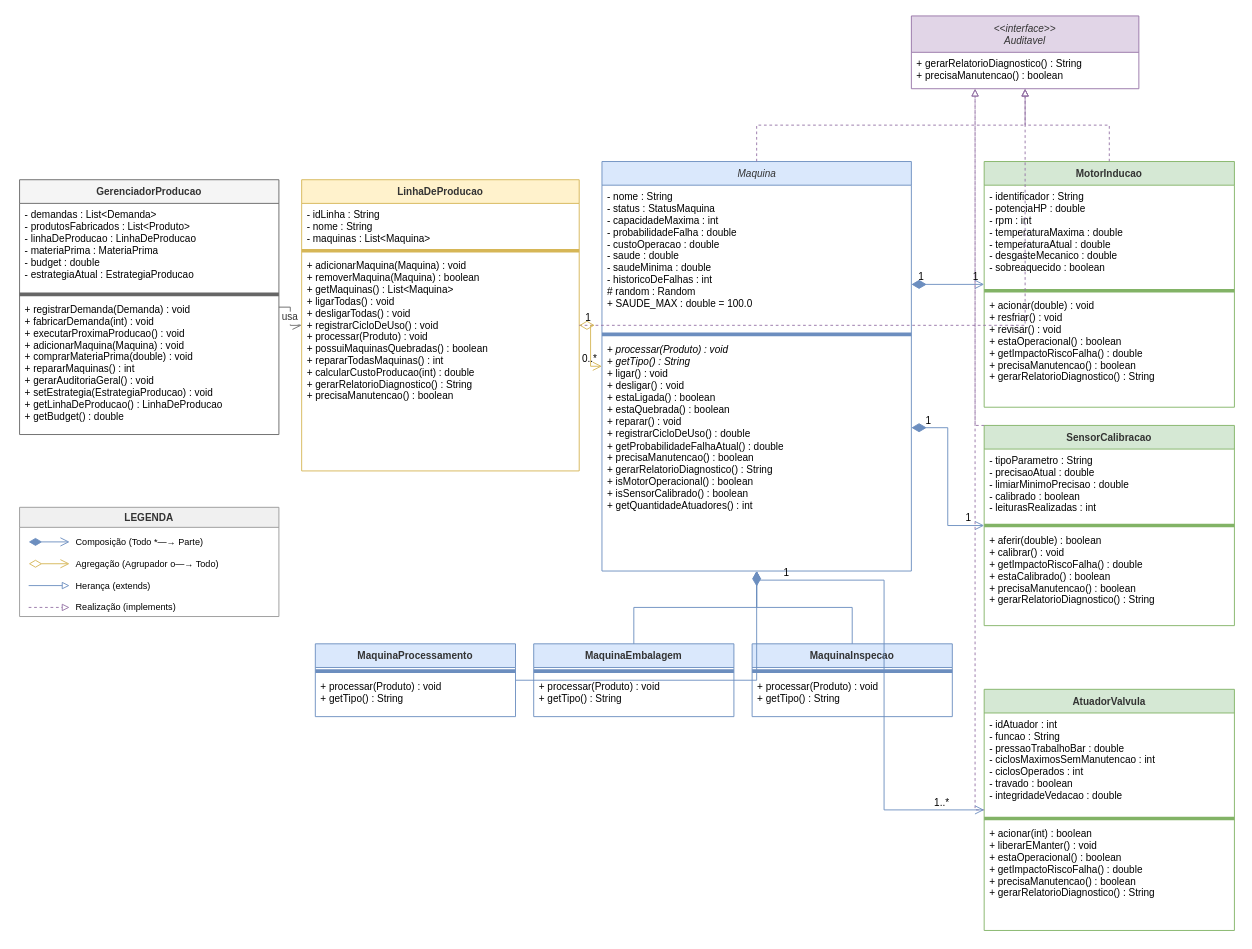
Above: tarefa-5/diagrama_uml.drawio in adriann-engcomp/MC322 (draw.io), before the change. Source tidied: cells renumbered, new cells numbered last; positions are measured from the earlier drawing's top-left corner, leaving out a move shared by most shapes. Both pictures are drawn from the tidied source at 91%, with x=0, y=0 at pixel (19, 15).
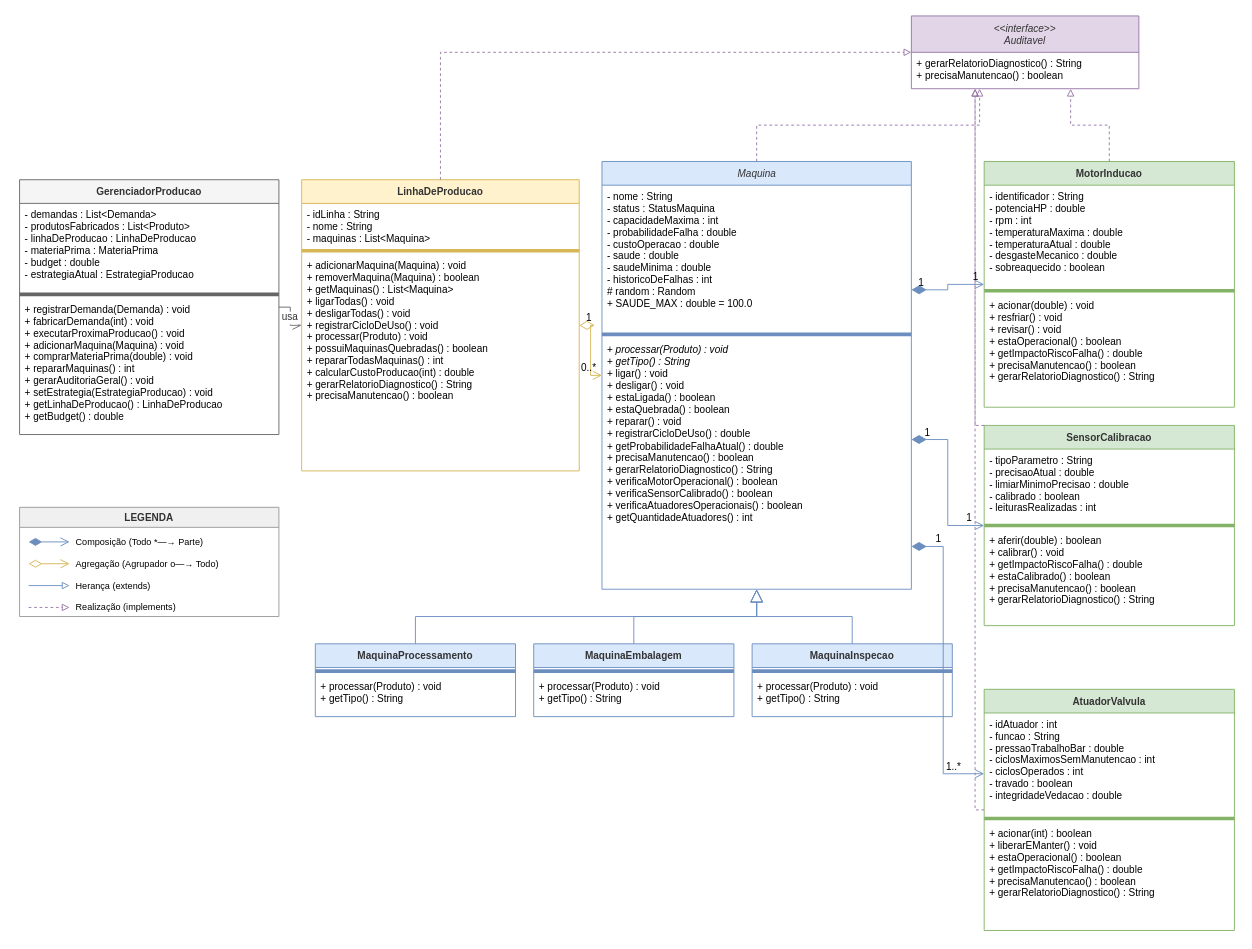
Above is the later version.

Commit message:
Corrigi o dirgrama

Unchanged cells that the change refers to:
```xml
<mxCell id="2" value="&lt;&lt;interface&gt;&gt;&#10;Auditavel" style="swimlane;fontStyle=2;align=center;startSize=40;fillColor=#e1d5e7;strokeColor=#9673a6;fontColor=#333333;fontSize=11;" parent="1" vertex="1">
  <mxGeometry x="980" width="250" height="80" as="geometry" />
</mxCell>
<mxCell id="8" value="LinhaDeProducao" style="swimlane;fontStyle=1;align=center;startSize=26;fillColor=#fff2cc;strokeColor=#d6b656;fontColor=#333333;fontSize=11;" parent="1" vertex="1">
  <mxGeometry x="310" y="180" width="305" height="320" as="geometry" />
</mxCell>
<mxCell id="16" value="MaquinaProcessamento" style="swimlane;fontStyle=1;align=center;startSize=26;fillColor=#dae8fc;strokeColor=#6c8ebf;fontColor=#333333;fontSize=11;" parent="1" vertex="1">
  <mxGeometry x="325" y="690" width="220" height="80" as="geometry" />
</mxCell>
<mxCell id="19" value="MaquinaEmbalagem" style="swimlane;fontStyle=1;align=center;startSize=26;fillColor=#dae8fc;strokeColor=#6c8ebf;fontColor=#333333;fontSize=11;" parent="1" vertex="1">
  <mxGeometry x="565" y="690" width="220" height="80" as="geometry" />
</mxCell>
<mxCell id="22" value="MaquinaInspecao" style="swimlane;fontStyle=1;align=center;startSize=26;fillColor=#dae8fc;strokeColor=#6c8ebf;fontColor=#333333;fontSize=11;" parent="1" vertex="1">
  <mxGeometry x="805" y="690" width="220" height="80" as="geometry" />
</mxCell>
<mxCell id="25" value="MotorInducao" style="swimlane;fontStyle=1;align=center;startSize=26;fillColor=#d5e8d4;strokeColor=#82b366;fontColor=#333333;fontSize=11;" parent="1" vertex="1">
  <mxGeometry x="1060" y="160" width="275" height="270" as="geometry" />
</mxCell>
<mxCell id="33" value="AtuadorValvula" style="swimlane;fontStyle=1;align=center;startSize=26;fillColor=#d5e8d4;strokeColor=#82b366;fontColor=#333333;fontSize=11;" parent="1" vertex="1">
  <mxGeometry x="1060" y="740" width="275" height="265" as="geometry" />
</mxCell>
```

What changed in the source:
```diff
@@
     <mxCell id="12" value="&lt;i&gt;Maquina&lt;/i&gt;" style="swimlane;fontStyle=2;align=center;startSize=26;fillColor=#dae8fc;strokeColor=#6c8ebf;fontColor=#333333;fontSize=11;html=1;" parent="1" vertex="1">
-      <mxGeometry x="640" y="160" width="340" height="450" as="geometry" />
+      <mxGeometry x="640" y="160" width="340" height="470" as="geometry" />
     </mxCell>
@@
-    <mxCell id="15" value="+ &lt;i&gt;processar(Produto) : void&lt;/i&gt;&#10;+ &lt;i&gt;getTipo() : String&lt;/i&gt;&#10;+ ligar() : void&#10;+ desligar() : void&#10;+ estaLigada() : boolean&#10;+ estaQuebrada() : boolean&#10;+ reparar() : void&#10;+ registrarCicloDeUso() : double&#10;+ getProbabilidadeFalhaAtual() : double&#10;+ precisaManutencao() : boolean&#10;+ gerarRelatorioDiagnostico() : String&#10;+ isMotorOperacional() : boolean&#10;+ isSensorCalibrado() : boolean&#10;+ getQuantidadeAtuadores() : int" style="text;strokeColor=none;fillColor=none;align=left;verticalAlign=top;spacingLeft=4;spacingRight=4;overflow=hidden;fontSize=11;html=1;" parent="12" vertex="1">
-      <mxGeometry y="194" width="340" height="256" as="geometry" />
+    <mxCell id="15" value="+ &lt;i&gt;processar(Produto) : void&lt;/i&gt;&#10;+ &lt;i&gt;getTipo() : String&lt;/i&gt;&#10;+ ligar() : void&#10;+ desligar() : void&#10;+ estaLigada() : boolean&#10;+ estaQuebrada() : boolean&#10;+ reparar() : void&#10;+ registrarCicloDeUso() : double&#10;+ getProbabilidadeFalhaAtual() : double&#10;+ precisaManutencao() : boolean&#10;+ gerarRelatorioDiagnostico() : String&#10;+ verificaMotorOperacional() : boolean&#10;+ verificaSensorCalibrado() : boolean&#10;+ verificaAtuadoresOperacionais() : boolean&#10;+ getQuantidadeAtuadores() : int" style="text;strokeColor=none;fillColor=none;align=left;verticalAlign=top;spacingLeft=4;spacingRight=4;overflow=hidden;fontSize=11;html=1;" parent="12" vertex="1">
+      <mxGeometry y="194" width="340" height="276" as="geometry" />
     </mxCell>
@@
-    <mxCell id="37" style="endArrow=block;endFill=0;dashed=1;strokeColor=#9673a6;edgeStyle=orthogonalEdgeStyle;rounded=0;" parent="1" edge="1" source="8" target="2">
-      <mxGeometry relative="1" as="geometry" />
+    <mxCell id="37" style="endArrow=block;endFill=0;dashed=1;strokeColor=#9673a6;edgeStyle=orthogonalEdgeStyle;rounded=0;exitX=0.5;exitY=0;exitDx=0;exitDy=0;entryX=0;entryY=0.5;entryDx=0;entryDy=0;" parent="1" edge="1" source="8" target="2">
+      <mxGeometry relative="1" as="geometry">
+        <Array as="points">
+          <mxPoint x="462" y="40" />
+        </Array>
+      </mxGeometry>
     </mxCell>
-    <mxCell id="38" style="endArrow=block;endFill=0;dashed=1;strokeColor=#9673a6;edgeStyle=orthogonalEdgeStyle;rounded=0;" parent="1" edge="1" source="12" target="2">
-      <mxGeometry relative="1" as="geometry" />
+    <mxCell id="38" style="endArrow=block;endFill=0;dashed=1;strokeColor=#9673a6;edgeStyle=orthogonalEdgeStyle;rounded=0;exitX=0.5;exitY=0;exitDx=0;exitDy=0;entryX=0.3;entryY=1;entryDx=0;entryDy=0;" parent="1" edge="1" source="12" target="2">
+      <mxGeometry relative="1" as="geometry">
+        <Array as="points">
+          <mxPoint x="810" y="120" />
+          <mxPoint x="1055" y="120" />
+        </Array>
+      </mxGeometry>
     </mxCell>
-    <mxCell id="39" style="endArrow=block;endFill=0;dashed=1;strokeColor=#9673a6;edgeStyle=orthogonalEdgeStyle;rounded=0;" parent="1" edge="1" source="25" target="2">
-      <mxGeometry relative="1" as="geometry" />
+    <mxCell id="39" style="endArrow=block;endFill=0;dashed=1;strokeColor=#9673a6;edgeStyle=orthogonalEdgeStyle;rounded=0;exitX=0.5;exitY=0;exitDx=0;exitDy=0;entryX=0.7;entryY=1;entryDx=0;entryDy=0;" parent="1" edge="1" source="25" target="2">
+      <mxGeometry relative="1" as="geometry">
+        <Array as="points">
+          <mxPoint x="1197" y="120" />
+          <mxPoint x="1155" y="120" />
+        </Array>
+      </mxGeometry>
     </mxCell>
@@
-    <mxCell id="51" style="startArrow=diamondThin;startFill=1;startSize=14;endArrow=open;endSize=8;strokeColor=#6c8ebf;edgeStyle=orthogonalEdgeStyle;rounded=0;exitX=0.5;exitY=1;exitDx=0;exitDy=0;entryX=0;entryY=0.5;entryDx=0;entryDy=0;" parent="1" edge="1" source="12" target="33">
+    <mxCell id="51" style="startArrow=diamondThin;startFill=1;startSize=14;endArrow=open;endSize=8;strokeColor=#6c8ebf;edgeStyle=orthogonalEdgeStyle;rounded=0;exitX=1;exitY=0.9;exitDx=0;exitDy=0;entryX=0;entryY=0.35;entryDx=0;entryDy=0;" parent="1" edge="1" source="12" target="33">
       <mxGeometry relative="1" as="geometry">
         <Array as="points">
-          <mxPoint x="950" y="620" />
-          <mxPoint x="950" y="872" />
+          <mxPoint x="1015" y="583" />
+          <mxPoint x="1015" y="833" />
         </Array>
       </mxGeometry>
     </mxCell>
@@
-    <mxCell id="54" style="endArrow=block;endFill=0;strokeColor=#6c8ebf;edgeStyle=orthogonalEdgeStyle;rounded=0;" parent="1" edge="1" source="16" target="12">
-      <mxGeometry relative="1" as="geometry" />
+    <mxCell id="54" style="endArrow=block;endFill=0;endSize=12;strokeColor=#6c8ebf;edgeStyle=orthogonalEdgeStyle;rounded=0;exitX=0.5;exitY=0;exitDx=0;exitDy=0;entryX=0.5;entryY=1;entryDx=0;entryDy=0;" parent="1" edge="1" source="16" target="12">
+      <mxGeometry relative="1" as="geometry">
+        <Array as="points">
+          <mxPoint x="435" y="660" />
+          <mxPoint x="810" y="660" />
+        </Array>
+      </mxGeometry>
     </mxCell>
-    <mxCell id="55" style="endArrow=block;endFill=0;strokeColor=#6c8ebf;edgeStyle=orthogonalEdgeStyle;rounded=0;" parent="1" edge="1" source="19" target="12">
-      <mxGeometry relative="1" as="geometry" />
+    <mxCell id="55" style="endArrow=block;endFill=0;endSize=12;strokeColor=#6c8ebf;edgeStyle=orthogonalEdgeStyle;rounded=0;exitX=0.5;exitY=0;exitDx=0;exitDy=0;entryX=0.5;entryY=1;entryDx=0;entryDy=0;" parent="1" edge="1" source="19" target="12">
+      <mxGeometry relative="1" as="geometry">
+        <Array as="points">
+          <mxPoint x="675" y="660" />
+          <mxPoint x="810" y="660" />
+        </Array>
+      </mxGeometry>
     </mxCell>
-    <mxCell id="56" style="endArrow=block;endFill=0;strokeColor=#6c8ebf;edgeStyle=orthogonalEdgeStyle;rounded=0;" parent="1" edge="1" source="22" target="12">
-      <mxGeometry relative="1" as="geometry" />
+    <mxCell id="56" style="endArrow=block;endFill=0;endSize=12;strokeColor=#6c8ebf;edgeStyle=orthogonalEdgeStyle;rounded=0;exitX=0.5;exitY=0;exitDx=0;exitDy=0;entryX=0.5;entryY=1;entryDx=0;entryDy=0;" parent="1" edge="1" source="22" target="12">
+      <mxGeometry relative="1" as="geometry">
+        <Array as="points">
+          <mxPoint x="915" y="660" />
+          <mxPoint x="810" y="660" />
+        </Array>
+      </mxGeometry>
     </mxCell>
```
